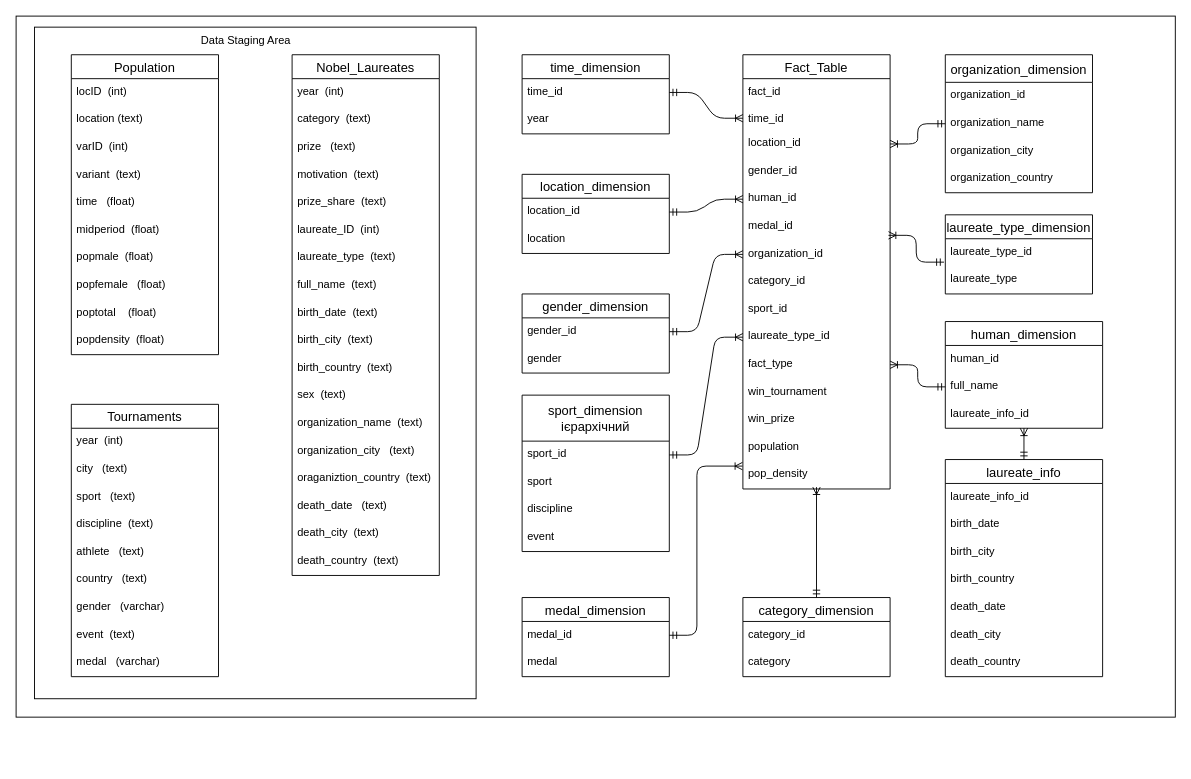
This is lab_1/diagram/diagram.drawio from ChuyOleg/Data_Analysis, a draw.io file, before an edit. Source tidied: cells renumbered, new cells numbered last; positions are measured from the earlier drawing's top-left corner, leaving out a move shared by most shapes. Both pictures are drawn from the tidied source at 92%, with x=0, y=0 at pixel (16, 16).
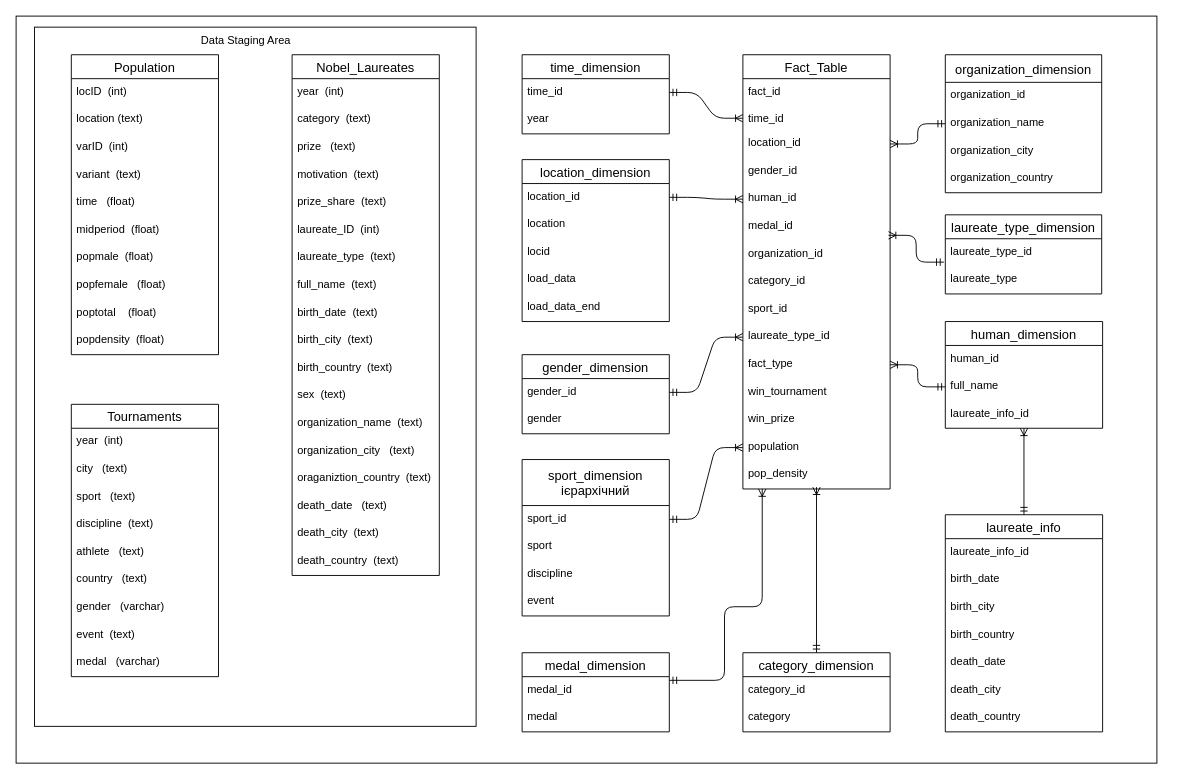
After the change.

The change refers to these unchanged cells:
```xml
<mxCell id="51" value="gender_id" style="text;strokeColor=none;fillColor=none;spacingLeft=4;spacingRight=4;overflow=hidden;points=[[0,0.5],[1,0.5]];portConstraint=eastwest;fontSize=12;" parent="50" vertex="1">
  <mxGeometry y="26" width="160" height="30" as="geometry" />
</mxCell>
<mxCell id="66" value="sport_id" style="text;strokeColor=none;fillColor=none;spacingLeft=4;spacingRight=4;overflow=hidden;points=[[0,0.5],[1,0.5]];portConstraint=eastwest;fontSize=12;" parent="65" vertex="1">
  <mxGeometry y="50" width="160" height="30" as="geometry" />
</mxCell>
<mxCell id="71" value="medal_id" style="text;strokeColor=none;fillColor=none;spacingLeft=4;spacingRight=4;overflow=hidden;points=[[0,0.5],[1,0.5]];portConstraint=eastwest;fontSize=12;" parent="70" vertex="1">
  <mxGeometry y="26" width="160" height="30" as="geometry" />
</mxCell>
<mxCell id="91" value="organization_id" style="text;strokeColor=none;fillColor=none;spacingLeft=4;spacingRight=4;overflow=hidden;points=[[0,0.5],[1,0.5]];portConstraint=eastwest;fontSize=12;" parent="84" vertex="1">
  <mxGeometry y="202" width="160" height="30" as="geometry" />
</mxCell>
<mxCell id="94" value="laureate_type_id" style="text;strokeColor=none;fillColor=none;spacingLeft=4;spacingRight=4;overflow=hidden;points=[[0,0.5],[1,0.5]];portConstraint=eastwest;fontSize=12;" parent="84" vertex="1">
  <mxGeometry y="292" width="160" height="30" as="geometry" />
</mxCell>
<mxCell id="98" value="population" style="text;strokeColor=none;fillColor=none;spacingLeft=4;spacingRight=4;overflow=hidden;points=[[0,0.5],[1,0.5]];portConstraint=eastwest;fontSize=12;" parent="84" vertex="1">
  <mxGeometry y="412" width="160" height="30" as="geometry" />
</mxCell>
<mxCell id="99" value="pop_density" style="text;strokeColor=none;fillColor=none;spacingLeft=4;spacingRight=4;overflow=hidden;points=[[0,0.5],[1,0.5]];portConstraint=eastwest;fontSize=12;" parent="84" vertex="1">
  <mxGeometry y="442" width="160" height="30" as="geometry" />
</mxCell>
```

The edit, as a diff of the source:
```diff
@@
     <mxCell id="2" style="rounded=0;whiteSpace=wrap;html=1;" parent="1" vertex="1">
-      <mxGeometry width="1260" height="762" as="geometry" />
+      <mxGeometry width="1240" height="812" as="geometry" />
     </mxCell>
     <mxCell id="3" style="rounded=0;whiteSpace=wrap;html=1;" parent="1" vertex="1">
-      <mxGeometry x="20" y="12" width="480" height="730" as="geometry" />
+      <mxGeometry x="20" y="12" width="480" height="760" as="geometry" />
     </mxCell>
@@
     <mxCell id="47" value="location_dimension" style="swimlane;fontStyle=0;horizontal=1;startSize=26;align=center;fontSize=14;" parent="1" vertex="1">
-      <mxGeometry x="550" y="172" width="160" height="86" as="geometry" />
+      <mxGeometry x="550" y="156" width="160" height="176" as="geometry" />
     </mxCell>
@@
+    <mxCell id="111" value="locid" style="text;strokeColor=none;fillColor=none;spacingLeft=4;spacingRight=4;overflow=hidden;fontSize=12;" parent="47" vertex="1">
+      <mxGeometry y="86" width="160" height="30" as="geometry" />
+    </mxCell>
+    <mxCell id="112" value="load_data" style="text;strokeColor=none;fillColor=none;spacingLeft=4;spacingRight=4;overflow=hidden;fontSize=12;" parent="47" vertex="1">
+      <mxGeometry y="116" width="160" height="30" as="geometry" />
+    </mxCell>
+    <mxCell id="113" value="load_data_end" style="text;strokeColor=none;fillColor=none;spacingLeft=4;spacingRight=4;overflow=hidden;fontSize=12;" parent="47" vertex="1">
+      <mxGeometry y="146" width="160" height="30" as="geometry" />
+    </mxCell>
     <mxCell id="50" value="gender_dimension" style="swimlane;fontStyle=0;horizontal=1;startSize=26;align=center;fontSize=14;" parent="1" vertex="1">
-      <mxGeometry x="550" y="302" width="160" height="86" as="geometry" />
+      <mxGeometry x="550" y="368" width="160" height="86" as="geometry" />
     </mxCell>
@@
     <mxCell id="57" value="organization_dimension" style="swimlane;fontStyle=0;horizontal=1;startSize=30;align=center;fontSize=14;" parent="1" vertex="1">
-      <mxGeometry x="1010" y="42" width="160" height="150" as="geometry" />
+      <mxGeometry x="1010" y="42" width="170" height="150" as="geometry" />
     </mxCell>
     <mxCell id="58" value="organization_id" style="text;strokeColor=none;fillColor=none;spacingLeft=4;spacingRight=4;overflow=hidden;fontSize=12;" parent="57" vertex="1">
-      <mxGeometry y="30" width="160" height="30" as="geometry" />
+      <mxGeometry y="30" width="170" height="30" as="geometry" />
     </mxCell>
     <mxCell id="59" value="organization_name" style="text;strokeColor=none;fillColor=none;spacingLeft=4;spacingRight=4;overflow=hidden;points=[[0,0.5],[1,0.5]];portConstraint=eastwest;fontSize=12;" parent="57" vertex="1">
-      <mxGeometry y="60" width="160" height="30" as="geometry" />
+      <mxGeometry y="60" width="170" height="30" as="geometry" />
     </mxCell>
     <mxCell id="60" value="organization_city" style="text;strokeColor=none;fillColor=none;spacingLeft=4;spacingRight=4;overflow=hidden;fontSize=12;" parent="57" vertex="1">
-      <mxGeometry y="90" width="160" height="30" as="geometry" />
+      <mxGeometry y="90" width="170" height="30" as="geometry" />
     </mxCell>
     <mxCell id="61" value="organization_country" style="text;strokeColor=none;fillColor=none;spacingLeft=4;spacingRight=4;overflow=hidden;fontSize=12;" parent="57" vertex="1">
-      <mxGeometry y="120" width="160" height="30" as="geometry" />
+      <mxGeometry y="120" width="170" height="30" as="geometry" />
     </mxCell>
     <mxCell id="62" value="category_dimension" style="swimlane;fontStyle=0;horizontal=1;startSize=26;align=center;fontSize=14;" parent="1" vertex="1">
-      <mxGeometry x="790" y="632" width="160" height="86" as="geometry" />
+      <mxGeometry x="790" y="692" width="160" height="86" as="geometry" />
     </mxCell>
@@
     <mxCell id="65" value="sport_dimension&#10;ієрархічний" style="swimlane;fontStyle=0;horizontal=1;startSize=50;align=center;fontSize=14;" parent="1" vertex="1">
-      <mxGeometry x="550" y="412" width="160" height="170" as="geometry" />
+      <mxGeometry x="550" y="482" width="160" height="170" as="geometry" />
     </mxCell>
@@
     <mxCell id="70" value="medal_dimension" style="swimlane;fontStyle=0;horizontal=1;startSize=26;align=center;fontSize=14;" parent="1" vertex="1">
-      <mxGeometry x="550" y="632" width="160" height="86" as="geometry" />
+      <mxGeometry x="550" y="692" width="160" height="86" as="geometry" />
     </mxCell>
@@
     <mxCell id="73" value="laureate_type_dimension" style="swimlane;fontStyle=0;horizontal=1;startSize=26;align=center;fontSize=14;" parent="1" vertex="1">
-      <mxGeometry x="1010" y="216" width="160" height="86" as="geometry" />
+      <mxGeometry x="1010" y="216" width="170" height="86" as="geometry" />
     </mxCell>
     <mxCell id="74" value="laureate_type_id" style="text;strokeColor=none;fillColor=none;spacingLeft=4;spacingRight=4;overflow=hidden;fontSize=12;" parent="73" vertex="1">
-      <mxGeometry y="26" width="160" height="30" as="geometry" />
+      <mxGeometry y="26" width="170" height="30" as="geometry" />
     </mxCell>
     <mxCell id="75" value="laureate_type" style="text;strokeColor=none;fillColor=none;spacingLeft=4;spacingRight=4;overflow=hidden;points=[[0,0.5],[1,0.5]];portConstraint=eastwest;fontSize=12;" parent="73" vertex="1">
-      <mxGeometry y="56" width="160" height="30" as="geometry" />
+      <mxGeometry y="56" width="170" height="30" as="geometry" />
     </mxCell>
     <mxCell id="76" value="laureate_info" style="swimlane;fontStyle=0;horizontal=1;startSize=26;align=center;fontSize=14;" parent="1" vertex="1">
-      <mxGeometry x="1010" y="482" width="171" height="236" as="geometry" />
+      <mxGeometry x="1010" y="542" width="171" height="236" as="geometry" />
     </mxCell>
@@
-    <mxCell id="103" style="edgeStyle=entityRelationEdgeStyle;fontSize=12;html=1;endArrow=ERoneToMany;startArrow=ERmandOne;exitX=1;exitY=0.5;exitDx=0;exitDy=0;entryX=0;entryY=0.5;entryDx=0;entryDy=0;" parent="1" edge="1" source="51" target="91">
+    <mxCell id="103" style="edgeStyle=entityRelationEdgeStyle;fontSize=12;html=1;endArrow=ERoneToMany;startArrow=ERmandOne;exitX=1;exitY=0.5;exitDx=0;exitDy=0;entryX=0;entryY=0.5;entryDx=0;entryDy=0;" parent="1" edge="1" source="51" target="94">
       <mxGeometry relative="1" as="geometry" />
     </mxCell>
-    <mxCell id="104" style="edgeStyle=entityRelationEdgeStyle;fontSize=12;html=1;endArrow=ERoneToMany;startArrow=ERmandOne;exitX=1;exitY=0.5;exitDx=0;exitDy=0;entryX=0;entryY=0.5;entryDx=0;entryDy=0;" parent="1" edge="1" source="66" target="94">
+    <mxCell id="104" style="edgeStyle=entityRelationEdgeStyle;fontSize=12;html=1;endArrow=ERoneToMany;startArrow=ERmandOne;exitX=1;exitY=0.5;exitDx=0;exitDy=0;entryX=0;entryY=0.5;entryDx=0;entryDy=0;" parent="1" edge="1" source="66" target="98">
       <mxGeometry relative="1" as="geometry" />
     </mxCell>
-    <mxCell id="105" style="fontSize=12;html=1;endArrow=ERoneToMany;startArrow=ERmandOne;strokeWidth=1;exitX=1;exitY=0.5;exitDx=0;exitDy=0;entryX=-0.003;entryY=0.171;entryDx=0;entryDy=0;edgeStyle=orthogonalEdgeStyle;entryPerimeter=0;" parent="1" edge="1" source="71" target="99">
+    <mxCell id="105" style="fontSize=12;html=1;endArrow=ERoneToMany;startArrow=ERmandOne;strokeWidth=1;edgeStyle=orthogonalEdgeStyle;" parent="1" edge="1" target="99">
       <mxGeometry relative="1" as="geometry">
+        <mxPoint x="710" y="722" as="sourcePoint" />
         <Array as="points">
-          <mxPoint x="740" y="673" />
-          <mxPoint x="740" y="489" />
+          <mxPoint x="710" y="722" />
+          <mxPoint x="770" y="722" />
+          <mxPoint x="770" y="642" />
+          <mxPoint x="811" y="642" />
         </Array>
       </mxGeometry>
     </mxCell>
```
